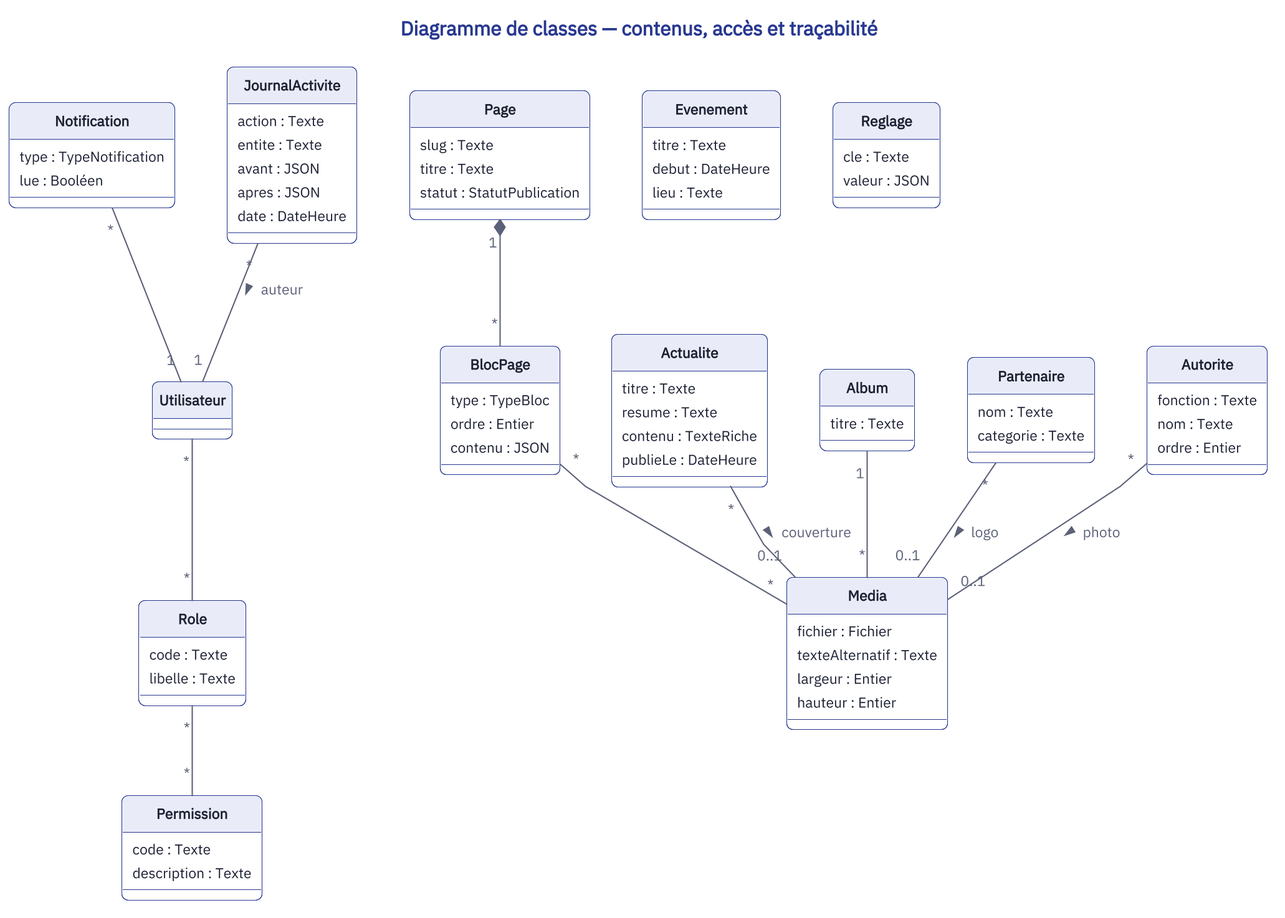
Earlier version of the PlantUML export docs/conception/figures/classes-contenu.png (oscaraksanti/ispt-bukavu).
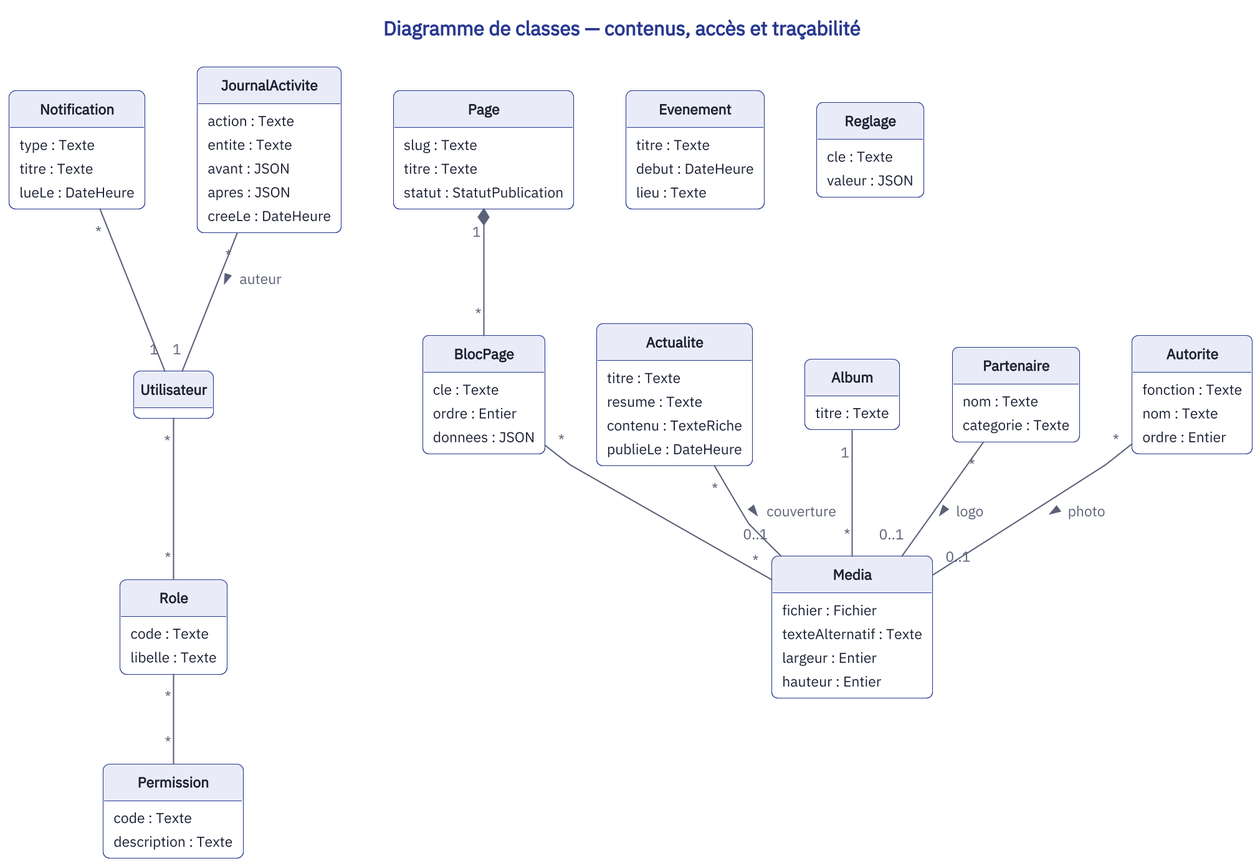
Above is the later version.

Diff of the diagram source:
```diff
@@ -24,9 +24,9 @@
   statut : StatutPublication
 }
 class BlocPage {
-  type : TypeBloc
+  cle : Texte
   ordre : Entier
-  contenu : JSON
+  donnees : JSON
 }
 class Actualite {
   titre : Texte
@@ -56,15 +56,16 @@
   valeur : JSON
 }
 class Notification {
-  type : TypeNotification
-  lue : Booléen
+  type : Texte
+  titre : Texte
+  lueLe : DateHeure
 }
 class JournalActivite {
   action : Texte
   entite : Texte
   avant : JSON
   apres : JSON
-  date : DateHeure
+  creeLe : DateHeure
 }
 
 Utilisateur "*" -- "*" Role
```
